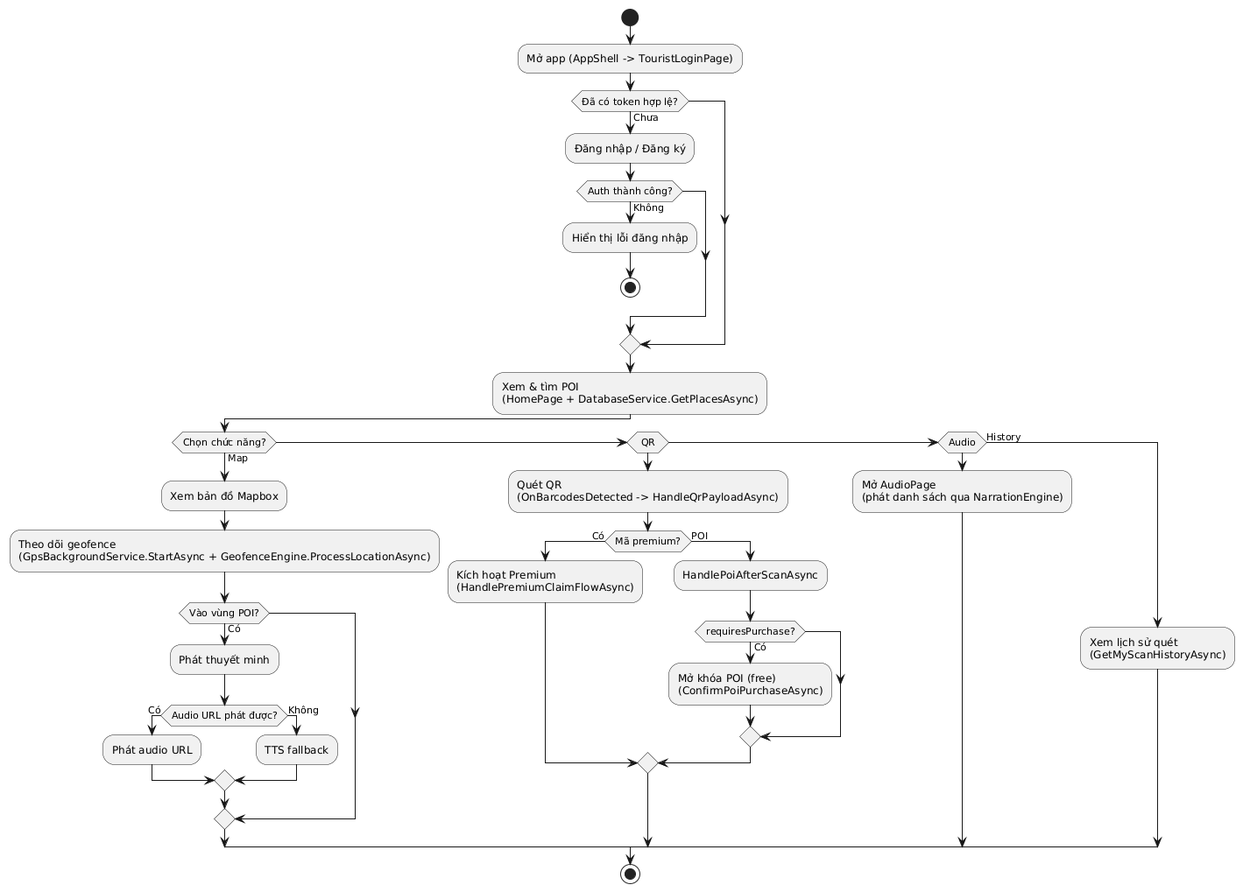
This is Diagrams/ACT DuKhach.png from hoangtri22/TravelGuide, a PlantUML export, as it was before one commit.
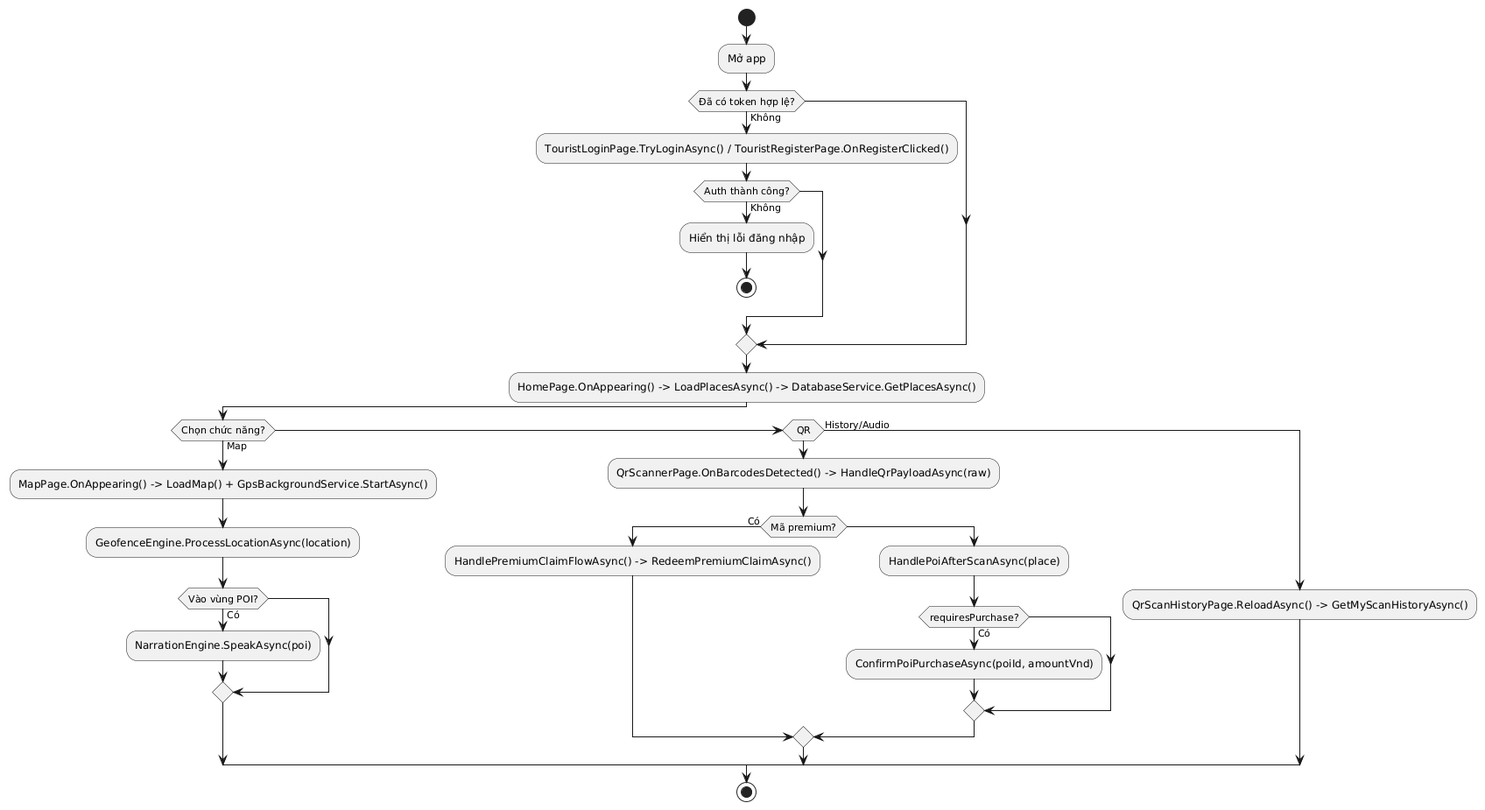
Above is the later version.

What changed in the source:
```diff
@@ -1,39 +1,32 @@
 @startuml
 start
-:Mở app (AppShell -> TouristLoginPage);
-if (Đã có token hợp lệ?) then (Chưa)
-  :Đăng nhập / Đăng ký;
+:Mở app;
+if (Đã có token hợp lệ?) then (Không)
+  :TouristLoginPage.TryLoginAsync() / TouristRegisterPage.OnRegisterClicked();
   if (Auth thành công?) then (Không)
     :Hiển thị lỗi đăng nhập;
     stop
   endif
 endif
-:Xem & tìm POI\n(HomePage + DatabaseService.GetPlacesAsync);
+:HomePage.OnAppearing() -> LoadPlacesAsync() -> DatabaseService.GetPlacesAsync();
 if (Chọn chức năng?) then (Map)
-  :Xem bản đồ Mapbox;
-  :Theo dõi geofence\n(GpsBackgroundService.StartAsync + GeofenceEngine.ProcessLocationAsync);
+  :MapPage.OnAppearing() -> LoadMap() + GpsBackgroundService.StartAsync();
+  :GeofenceEngine.ProcessLocationAsync(location);
   if (Vào vùng POI?) then (Có)
-    :Phát thuyết minh;
-    if (Audio URL phát được?) then (Có)
-      :Phát audio URL;
-    else (Không)
-      :TTS fallback;
+    :NarrationEngine.SpeakAsync(poi);
+  endif
+elseif (QR)
+  :QrScannerPage.OnBarcodesDetected() -> HandleQrPayloadAsync(raw);
+  if (Mã premium?) then (Có)
+    :HandlePremiumClaimFlowAsync() -> RedeemPremiumClaimAsync();
+  else
+    :HandlePoiAfterScanAsync(place);
+    if (requiresPurchase?) then (Có)
+      :ConfirmPoiPurchaseAsync(poiId, amountVnd);
     endif
   endif
-elseif (QR)
-  :Quét QR\n(OnBarcodesDetected -> HandleQrPayloadAsync);
-  if (Mã premium?) then (Có)
-    :Kích hoạt Premium\n(HandlePremiumClaimFlowAsync);
-  else (POI)
-    :HandlePoiAfterScanAsync;
-    if (requiresPurchase?) then (Có)
-      :Mở khóa POI (free)\n(ConfirmPoiPurchaseAsync);
-    endif
-  endif
-elseif (Audio)
-  :Mở AudioPage\n(phát danh sách qua NarrationEngine);
-else (History)
-  :Xem lịch sử quét\n(GetMyScanHistoryAsync);
+else (History/Audio)
+  :QrScanHistoryPage.ReloadAsync() -> GetMyScanHistoryAsync();
 endif
 stop
 @enduml
```
